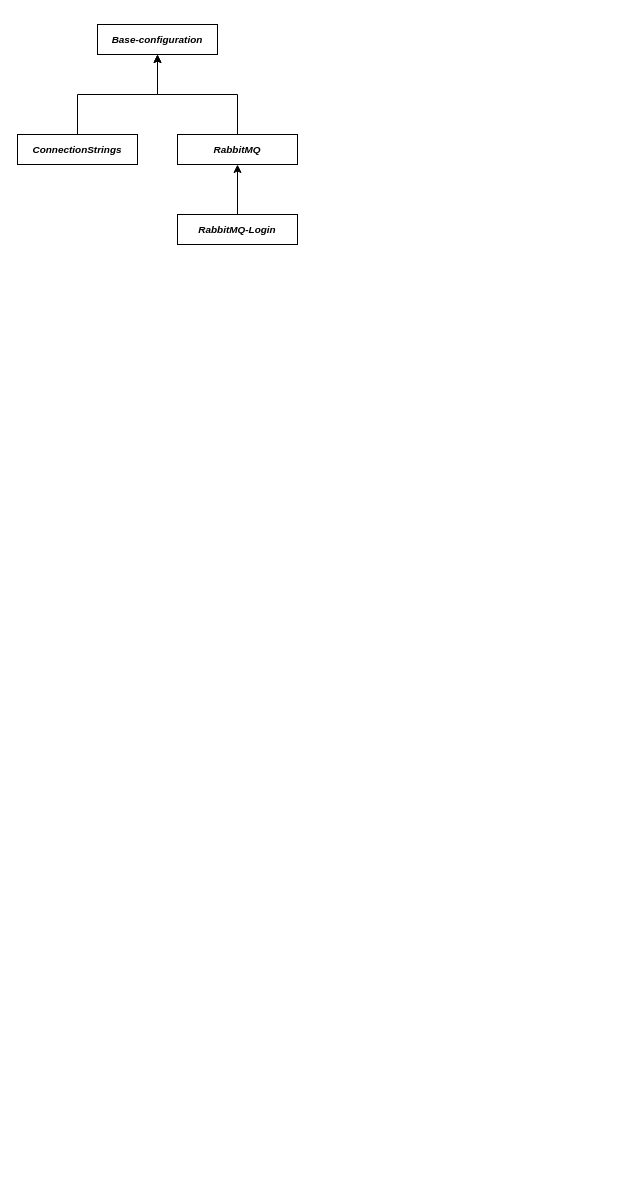
Above: documentation/ConfigurationService_drawings.drawio in poteb/ConfigurationService (draw.io), before the change. Source tidied: cells renumbered, new cells numbered last; positions are measured from the earlier drawing's top-left corner, leaving out a move shared by most shapes. Both pictures are drawn from the tidied source at 100%, with x=0, y=0 at pixel (17, 24).
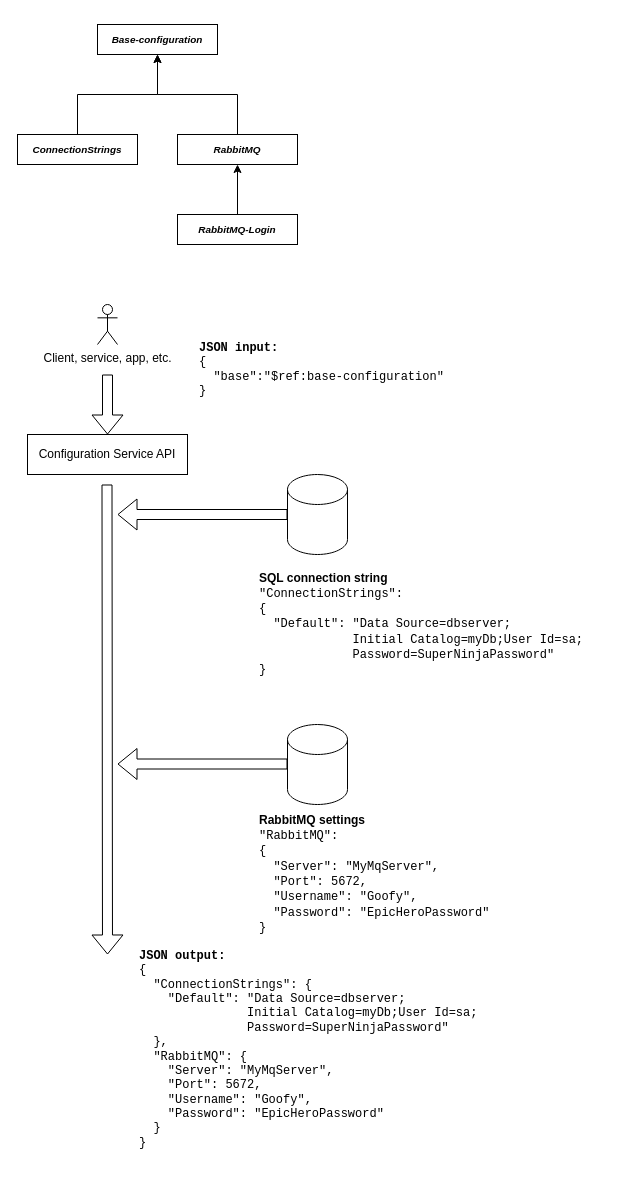
Above is the later version.

What changed in the source:
```diff
@@
+    <mxCell id="9" style="shape=flexArrow;endArrow=classic;html=1;rounded=0;" parent="1" edge="1">
+      <mxGeometry relative="1" as="geometry">
+        <mxPoint x="90" y="350" as="sourcePoint" />
+        <mxPoint x="90" y="410" as="targetPoint" />
+      </mxGeometry>
+    </mxCell>
+    <mxCell id="10" value="&lt;pre class=&quot;notranslate&quot;&gt;&lt;code&gt;&lt;b&gt;JSON input:&lt;/b&gt;&lt;br&gt;{&lt;br&gt;  &lt;/code&gt;&lt;code&gt;&quot;base&quot;:&quot;$ref:base-configuration&quot;&lt;br&gt;&lt;/code&gt;&lt;code&gt;}&lt;/code&gt;&lt;/pre&gt;" style="text;html=1;strokeColor=none;fillColor=none;align=left;verticalAlign=middle;whiteSpace=wrap;rounded=0;" parent="1" vertex="1">
+      <mxGeometry x="180" y="310" width="350" height="70" as="geometry" />
+    </mxCell>
+    <mxCell id="11" value="Client, service, app, etc." style="shape=umlActor;verticalLabelPosition=bottom;verticalAlign=top;html=1;" parent="1" vertex="1">
+      <mxGeometry x="80" y="280" width="20" height="40" as="geometry" />
+    </mxCell>
+    <mxCell id="12" value="Configuration Service API" style="rounded=0;whiteSpace=wrap;html=1;" parent="1" vertex="1">
+      <mxGeometry x="10" y="410" width="160" height="40" as="geometry" />
+    </mxCell>
+    <mxCell id="13" style="shape=cylinder3;whiteSpace=wrap;html=1;boundedLbl=1;backgroundOutline=1;size=15;" parent="1" vertex="1">
+      <mxGeometry x="270" y="450" width="60" height="80" as="geometry" />
+    </mxCell>
+    <mxCell id="14" style="shape=flexArrow;endArrow=classic;html=1;rounded=0;" parent="1" edge="1">
+      <mxGeometry relative="1" as="geometry">
+        <mxPoint x="89.5" y="460" as="sourcePoint" />
+        <mxPoint x="90" y="930" as="targetPoint" />
+      </mxGeometry>
+    </mxCell>
+    <mxCell id="15" style="shape=flexArrow;endArrow=classic;html=1;rounded=0;exitX=0;exitY=0.5;exitDx=0;exitDy=0;exitPerimeter=0;" parent="1" edge="1" source="13">
+      <mxGeometry relative="1" as="geometry">
+        <mxPoint x="100" y="490" as="targetPoint" />
+      </mxGeometry>
+    </mxCell>
+    <mxCell id="16" value="&lt;div&gt;&lt;b&gt;SQL connection string&lt;/b&gt;&lt;/div&gt;&lt;div&gt;&lt;code&gt;&quot;ConnectionStrings&quot;:&lt;/code&gt;&lt;/div&gt;&lt;div&gt;&lt;code&gt;{&lt;/code&gt;&lt;/div&gt;&lt;div&gt;&lt;code&gt;&amp;nbsp; &quot;Default&quot;: &quot;Data Source=dbserver;&lt;/code&gt;&lt;/div&gt;&lt;div&gt;&lt;code&gt;&amp;nbsp;&amp;nbsp;&amp;nbsp;&amp;nbsp;&amp;nbsp;&amp;nbsp;&amp;nbsp;&amp;nbsp;&amp;nbsp;&amp;nbsp;&amp;nbsp;&amp;nbsp; Initial Catalog=myDb;User Id=sa;&lt;/code&gt;&lt;/div&gt;&lt;div&gt;&lt;code&gt;&amp;nbsp;&amp;nbsp;&amp;nbsp;&amp;nbsp;&amp;nbsp;&amp;nbsp;&amp;nbsp;&amp;nbsp;&amp;nbsp;&amp;nbsp;&amp;nbsp;&amp;nbsp; Password=SuperNinjaPassword&quot;&lt;/code&gt;&lt;/div&gt;&lt;div&gt;&lt;code&gt;}&lt;/code&gt;&lt;/div&gt;" style="text;html=1;strokeColor=none;fillColor=none;align=left;verticalAlign=middle;whiteSpace=wrap;rounded=0;" parent="1" vertex="1">
+      <mxGeometry x="240" y="540" width="350" height="120" as="geometry" />
+    </mxCell>
+    <mxCell id="17" style="shape=cylinder3;whiteSpace=wrap;html=1;boundedLbl=1;backgroundOutline=1;size=15;" parent="1" vertex="1">
+      <mxGeometry x="270" y="700" width="60" height="80" as="geometry" />
+    </mxCell>
+    <mxCell id="18" style="shape=flexArrow;endArrow=classic;html=1;rounded=0;exitX=0;exitY=0.5;exitDx=0;exitDy=0;exitPerimeter=0;" parent="1" edge="1">
+      <mxGeometry relative="1" as="geometry">
+        <mxPoint x="270" y="739.5" as="sourcePoint" />
+        <mxPoint x="100" y="739.5" as="targetPoint" />
+      </mxGeometry>
+    </mxCell>
+    <mxCell id="19" value="&lt;div&gt;&lt;b&gt;RabbitMQ settings&lt;/b&gt;&lt;/div&gt;&lt;div&gt;&lt;code&gt;&quot;RabbitMQ&quot;:&lt;/code&gt;&lt;/div&gt;&lt;div&gt;&lt;code&gt;{&lt;/code&gt;&lt;/div&gt;&lt;div&gt;&lt;code&gt;&amp;nbsp; &quot;Server&quot;: &quot;MyMqServer&quot;,&lt;/code&gt;&lt;/div&gt;&lt;div&gt;&lt;code&gt;&amp;nbsp; &quot;Port&quot;: 5672,&lt;/code&gt;&lt;/div&gt;&lt;div&gt;&lt;code&gt;&amp;nbsp; &quot;Username&quot;: &quot;Goofy&quot;,&lt;/code&gt;&lt;/div&gt;&lt;div&gt;&lt;code&gt;&amp;nbsp; &quot;Password&quot;: &quot;EpicHeroPassword&quot;&lt;/code&gt;&lt;/div&gt;&lt;div&gt;&lt;code&gt;  }&lt;/code&gt;&lt;/div&gt;" style="text;html=1;strokeColor=none;fillColor=none;align=left;verticalAlign=middle;whiteSpace=wrap;rounded=0;" parent="1" vertex="1">
+      <mxGeometry x="240" y="790" width="350" height="120" as="geometry" />
+    </mxCell>
+    <mxCell id="20" value="&lt;pre class=&quot;notranslate&quot;&gt;&lt;code&gt;&lt;b&gt;JSON output:&lt;/b&gt;&lt;br&gt;{&lt;br&gt;  &quot;ConnectionStrings&quot;: {&lt;br&gt;    &quot;Default&quot;: &quot;Data Source=dbserver;&lt;br&gt;               Initial Catalog=myDb;User Id=sa;&lt;br&gt;               Password=SuperNinjaPassword&quot;&lt;br&gt;  },&lt;br&gt;  &quot;RabbitMQ&quot;: {&lt;br&gt;    &quot;Server&quot;: &quot;MyMqServer&quot;,&lt;br&gt;    &quot;Port&quot;: 5672,&lt;br&gt;    &quot;Username&quot;: &quot;Goofy&quot;,&lt;br&gt;    &quot;Password&quot;: &quot;EpicHeroPassword&quot;&lt;br&gt;  }&lt;br&gt;}&lt;br&gt;&lt;/code&gt;&lt;/pre&gt;" style="text;html=1;strokeColor=none;fillColor=none;align=left;verticalAlign=middle;whiteSpace=wrap;rounded=0;" parent="1" vertex="1">
+      <mxGeometry x="120" y="920" width="350" height="210" as="geometry" />
+    </mxCell>
```
